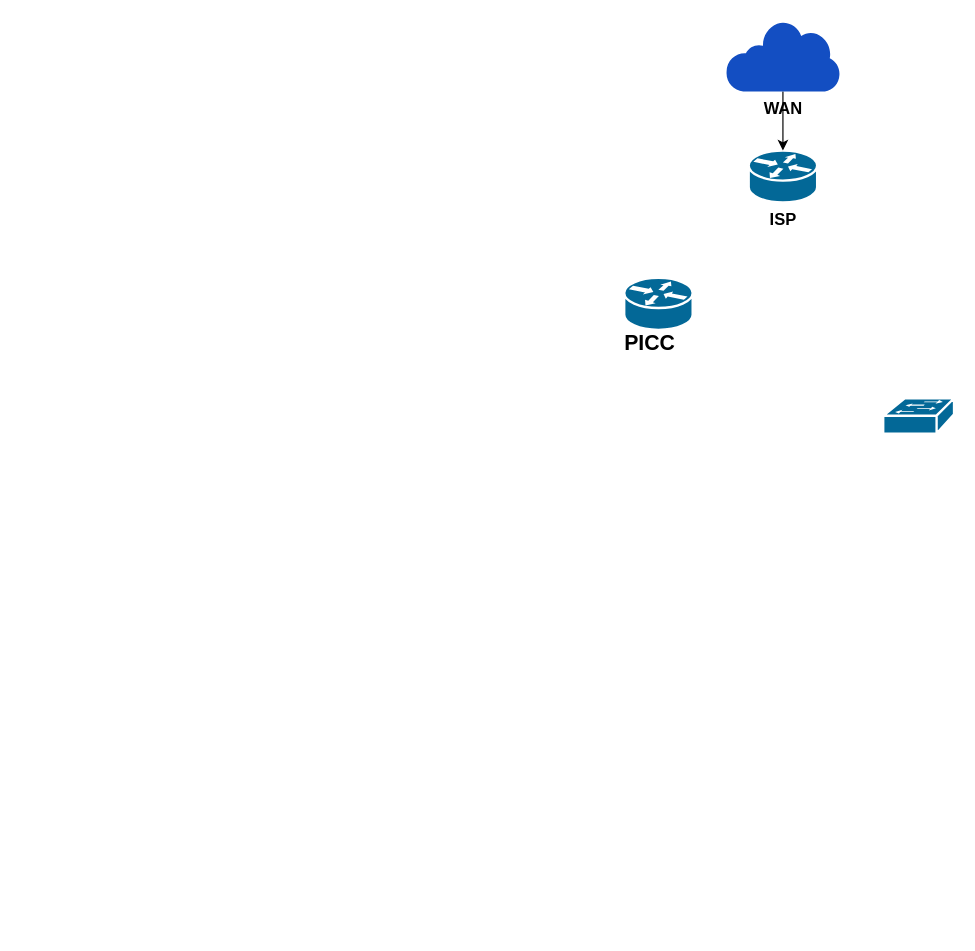
This is page "Page-11" (11 of 11) of Exercise1ClassDiagram.drawio from abby18abby/week-2-class-diagram, a draw.io file, before an edit. Source tidied: cells renumbered, new cells numbered last; positions are measured from the earlier drawing's top-left corner, leaving out a move shared by most shapes. Both pictures are drawn from the tidied source at 118%, with x=0, y=0 at pixel (603, 20).
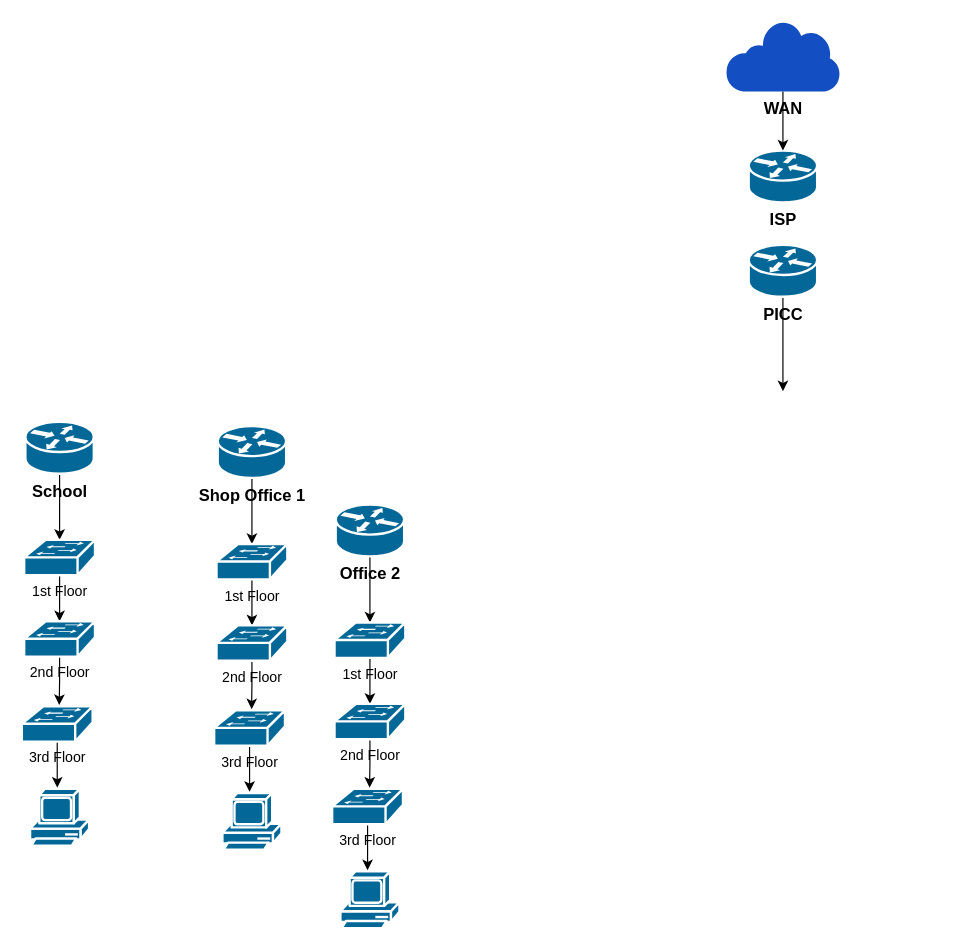
After the change.

Diff of the diagram source:
```diff
@@
-    <mxCell id="2" style="shape=mxgraph.cisco.routers.router;sketch=0;html=1;dashed=0;fillColor=#036897;strokeColor=#ffffff;strokeWidth=2;verticalLabelPosition=bottom;verticalAlign=top;align=center;" parent="1" vertex="1">
-      <mxGeometry x="17.5" y="218" width="58" height="44" as="geometry" />
-    </mxCell>
-    <mxCell id="3" value="&lt;b&gt;&lt;font style=&quot;font-size: 18px;&quot;&gt;PICC&lt;/font&gt;&lt;/b&gt;" style="text;html=1;strokeColor=none;fillColor=none;align=center;verticalAlign=middle;whiteSpace=wrap;rounded=0;" parent="1" vertex="1">
-      <mxGeometry y="259" width="79" height="30" as="geometry" />
-    </mxCell>
-    <mxCell id="4" style="shape=mxgraph.cisco.switches.workgroup_switch;sketch=0;html=1;dashed=0;fillColor=#036897;strokeColor=#ffffff;strokeWidth=2;verticalLabelPosition=bottom;verticalAlign=top;align=center;" parent="1" vertex="1">
-      <mxGeometry x="237" y="320" width="60" height="30" as="geometry" />
-    </mxCell>
@@
+    <mxCell id="8" style="edgeStyle=orthogonalEdgeStyle;rounded=0;jettySize=auto;html=1;" parent="1" edge="1" source="3">
+      <mxGeometry relative="1" as="geometry">
+        <mxPoint x="152" y="314" as="targetPoint" />
+      </mxGeometry>
+    </mxCell>
+    <mxCell id="3" value="&lt;span style=&quot;font-size: 14px;&quot;&gt;&lt;b&gt;PICC&lt;/b&gt;&lt;/span&gt;" style="shape=mxgraph.cisco.routers.router;sketch=0;html=1;dashed=0;fillColor=#036897;strokeColor=#ffffff;strokeWidth=2;verticalLabelPosition=bottom;verticalAlign=top;align=center;outlineConnect=0;" parent="1" vertex="1">
+      <mxGeometry x="123" y="190" width="58" height="44" as="geometry" />
+    </mxCell>
+    <mxCell id="9" style="edgeStyle=orthogonalEdgeStyle;rounded=0;jettySize=auto;html=1;exitX=0.5;exitY=1;exitDx=0;exitDy=0;exitPerimeter=0;entryX=0.5;entryY=0;entryDx=0;entryDy=0;entryPerimeter=0;" parent="1" edge="1" source="10" target="12">
+      <mxGeometry relative="1" as="geometry" />
+    </mxCell>
+    <mxCell id="10" value="&lt;span style=&quot;font-size: 14px;&quot;&gt;&lt;b&gt;School&lt;/b&gt;&lt;/span&gt;" style="shape=mxgraph.cisco.routers.router;sketch=0;html=1;dashed=0;fillColor=#036897;strokeColor=#ffffff;strokeWidth=2;verticalLabelPosition=bottom;verticalAlign=top;align=center;outlineConnect=0;" parent="1" vertex="1">
+      <mxGeometry x="-490" y="340" width="58" height="44" as="geometry" />
+    </mxCell>
+    <mxCell id="11" style="edgeStyle=orthogonalEdgeStyle;rounded=0;jettySize=auto;html=1;exitX=0.5;exitY=0.98;exitDx=0;exitDy=0;exitPerimeter=0;" parent="1" edge="1" source="12" target="15">
+      <mxGeometry relative="1" as="geometry" />
+    </mxCell>
+    <mxCell id="12" value="&lt;font style=&quot;font-size: 12px;&quot;&gt;1st Floor&lt;/font&gt;" style="shape=mxgraph.cisco.switches.workgroup_switch;sketch=0;html=1;dashed=0;fillColor=#036897;strokeColor=#ffffff;strokeWidth=2;verticalLabelPosition=bottom;verticalAlign=top;align=center;outlineConnect=0;" parent="1" vertex="1">
+      <mxGeometry x="-491" y="440" width="60" height="30" as="geometry" />
+    </mxCell>
+    <mxCell id="13" style="shape=mxgraph.cisco.computers_and_peripherals.pc;sketch=0;html=1;dashed=0;fillColor=#036897;strokeColor=#ffffff;strokeWidth=2;verticalLabelPosition=bottom;verticalAlign=top;align=center;" parent="1" vertex="1">
+      <mxGeometry x="-486" y="651" width="50" height="50" as="geometry" />
+    </mxCell>
+    <mxCell id="14" style="edgeStyle=orthogonalEdgeStyle;rounded=0;jettySize=auto;html=1;exitX=0.5;exitY=0.98;exitDx=0;exitDy=0;exitPerimeter=0;" parent="1" edge="1" source="15">
+      <mxGeometry relative="1" as="geometry">
+        <mxPoint x="-461.3" y="580" as="targetPoint" />
+      </mxGeometry>
+    </mxCell>
+    <mxCell id="15" value="&lt;font style=&quot;font-size: 12px;&quot;&gt;2nd Floor&lt;/font&gt;" style="shape=mxgraph.cisco.switches.workgroup_switch;sketch=0;html=1;dashed=0;fillColor=#036897;strokeColor=#ffffff;strokeWidth=2;verticalLabelPosition=bottom;verticalAlign=top;align=center;outlineConnect=0;" parent="1" vertex="1">
+      <mxGeometry x="-491" y="509" width="60" height="30" as="geometry" />
+    </mxCell>
+    <mxCell id="16" style="edgeStyle=orthogonalEdgeStyle;rounded=0;jettySize=auto;html=1;exitX=0.5;exitY=0.98;exitDx=0;exitDy=0;exitPerimeter=0;" parent="1" edge="1" source="17">
+      <mxGeometry relative="1" as="geometry">
+        <mxPoint x="-463" y="650" as="targetPoint" />
+      </mxGeometry>
+    </mxCell>
+    <mxCell id="17" value="3rd Floor" style="shape=mxgraph.cisco.switches.workgroup_switch;sketch=0;html=1;dashed=0;fillColor=#036897;strokeColor=#ffffff;strokeWidth=2;verticalLabelPosition=bottom;verticalAlign=top;align=center;outlineConnect=0;" parent="1" vertex="1">
+      <mxGeometry x="-493" y="581" width="60" height="30" as="geometry" />
+    </mxCell>
+    <mxCell id="18" style="edgeStyle=orthogonalEdgeStyle;rounded=0;jettySize=auto;html=1;exitX=0.5;exitY=1;exitDx=0;exitDy=0;exitPerimeter=0;entryX=0.5;entryY=0;entryDx=0;entryDy=0;entryPerimeter=0;" parent="1" edge="1" source="19" target="21">
+      <mxGeometry relative="1" as="geometry" />
+    </mxCell>
+    <mxCell id="19" value="&lt;span style=&quot;font-size: 14px;&quot;&gt;&lt;b&gt;Shop Office 1&lt;/b&gt;&lt;/span&gt;" style="shape=mxgraph.cisco.routers.router;sketch=0;html=1;dashed=0;fillColor=#036897;strokeColor=#ffffff;strokeWidth=2;verticalLabelPosition=bottom;verticalAlign=top;align=center;outlineConnect=0;" parent="1" vertex="1">
+      <mxGeometry x="-327" y="343.5" width="58" height="44" as="geometry" />
+    </mxCell>
+    <mxCell id="20" style="edgeStyle=orthogonalEdgeStyle;rounded=0;jettySize=auto;html=1;exitX=0.5;exitY=0.98;exitDx=0;exitDy=0;exitPerimeter=0;" parent="1" edge="1" source="21" target="24">
+      <mxGeometry relative="1" as="geometry" />
+    </mxCell>
+    <mxCell id="21" value="&lt;font style=&quot;font-size: 12px;&quot;&gt;1st Floor&lt;/font&gt;" style="shape=mxgraph.cisco.switches.workgroup_switch;sketch=0;html=1;dashed=0;fillColor=#036897;strokeColor=#ffffff;strokeWidth=2;verticalLabelPosition=bottom;verticalAlign=top;align=center;outlineConnect=0;" parent="1" vertex="1">
+      <mxGeometry x="-328" y="443.5" width="60" height="30" as="geometry" />
+    </mxCell>
+    <mxCell id="22" style="shape=mxgraph.cisco.computers_and_peripherals.pc;sketch=0;html=1;dashed=0;fillColor=#036897;strokeColor=#ffffff;strokeWidth=2;verticalLabelPosition=bottom;verticalAlign=top;align=center;" parent="1" vertex="1">
+      <mxGeometry x="-323" y="654.5" width="50" height="50" as="geometry" />
+    </mxCell>
+    <mxCell id="23" style="edgeStyle=orthogonalEdgeStyle;rounded=0;jettySize=auto;html=1;exitX=0.5;exitY=0.98;exitDx=0;exitDy=0;exitPerimeter=0;" parent="1" edge="1" source="24">
+      <mxGeometry relative="1" as="geometry">
+        <mxPoint x="-298.3" y="583.5" as="targetPoint" />
+      </mxGeometry>
+    </mxCell>
+    <mxCell id="24" value="&lt;font style=&quot;font-size: 12px;&quot;&gt;2nd Floor&lt;/font&gt;" style="shape=mxgraph.cisco.switches.workgroup_switch;sketch=0;html=1;dashed=0;fillColor=#036897;strokeColor=#ffffff;strokeWidth=2;verticalLabelPosition=bottom;verticalAlign=top;align=center;outlineConnect=0;" parent="1" vertex="1">
+      <mxGeometry x="-328" y="512.5" width="60" height="30" as="geometry" />
+    </mxCell>
+    <mxCell id="25" style="edgeStyle=orthogonalEdgeStyle;rounded=0;jettySize=auto;html=1;exitX=0.5;exitY=0.98;exitDx=0;exitDy=0;exitPerimeter=0;" parent="1" edge="1" source="26">
+      <mxGeometry relative="1" as="geometry">
+        <mxPoint x="-300" y="653.5" as="targetPoint" />
+      </mxGeometry>
+    </mxCell>
+    <mxCell id="26" value="3rd Floor" style="shape=mxgraph.cisco.switches.workgroup_switch;sketch=0;html=1;dashed=0;fillColor=#036897;strokeColor=#ffffff;strokeWidth=2;verticalLabelPosition=bottom;verticalAlign=top;align=center;outlineConnect=0;" parent="1" vertex="1">
+      <mxGeometry x="-330" y="584.5" width="60" height="30" as="geometry" />
+    </mxCell>
+    <mxCell id="27" style="edgeStyle=orthogonalEdgeStyle;rounded=0;jettySize=auto;html=1;exitX=0.5;exitY=1;exitDx=0;exitDy=0;exitPerimeter=0;entryX=0.5;entryY=0;entryDx=0;entryDy=0;entryPerimeter=0;" parent="1" edge="1" source="28" target="30">
+      <mxGeometry relative="1" as="geometry" />
+    </mxCell>
+    <mxCell id="28" value="&lt;span style=&quot;font-size: 14px;&quot;&gt;&lt;b&gt;Office 2&lt;/b&gt;&lt;/span&gt;" style="shape=mxgraph.cisco.routers.router;sketch=0;html=1;dashed=0;fillColor=#036897;strokeColor=#ffffff;strokeWidth=2;verticalLabelPosition=bottom;verticalAlign=top;align=center;outlineConnect=0;" parent="1" vertex="1">
+      <mxGeometry x="-227" y="410" width="58" height="44" as="geometry" />
+    </mxCell>
+    <mxCell id="29" style="edgeStyle=orthogonalEdgeStyle;rounded=0;jettySize=auto;html=1;exitX=0.5;exitY=0.98;exitDx=0;exitDy=0;exitPerimeter=0;" parent="1" edge="1" source="30" target="33">
+      <mxGeometry relative="1" as="geometry" />
+    </mxCell>
+    <mxCell id="30" value="&lt;font style=&quot;font-size: 12px;&quot;&gt;1st Floor&lt;/font&gt;" style="shape=mxgraph.cisco.switches.workgroup_switch;sketch=0;html=1;dashed=0;fillColor=#036897;strokeColor=#ffffff;strokeWidth=2;verticalLabelPosition=bottom;verticalAlign=top;align=center;outlineConnect=0;" parent="1" vertex="1">
+      <mxGeometry x="-228" y="510" width="60" height="30" as="geometry" />
+    </mxCell>
+    <mxCell id="31" style="shape=mxgraph.cisco.computers_and_peripherals.pc;sketch=0;html=1;dashed=0;fillColor=#036897;strokeColor=#ffffff;strokeWidth=2;verticalLabelPosition=bottom;verticalAlign=top;align=center;" parent="1" vertex="1">
+      <mxGeometry x="-223" y="721" width="50" height="50" as="geometry" />
+    </mxCell>
+    <mxCell id="32" style="edgeStyle=orthogonalEdgeStyle;rounded=0;jettySize=auto;html=1;exitX=0.5;exitY=0.98;exitDx=0;exitDy=0;exitPerimeter=0;" parent="1" edge="1" source="33">
+      <mxGeometry relative="1" as="geometry">
+        <mxPoint x="-198.3" y="650" as="targetPoint" />
+      </mxGeometry>
+    </mxCell>
+    <mxCell id="33" value="&lt;font style=&quot;font-size: 12px;&quot;&gt;2nd Floor&lt;/font&gt;" style="shape=mxgraph.cisco.switches.workgroup_switch;sketch=0;html=1;dashed=0;fillColor=#036897;strokeColor=#ffffff;strokeWidth=2;verticalLabelPosition=bottom;verticalAlign=top;align=center;outlineConnect=0;" parent="1" vertex="1">
+      <mxGeometry x="-228" y="579" width="60" height="30" as="geometry" />
+    </mxCell>
+    <mxCell id="34" style="edgeStyle=orthogonalEdgeStyle;rounded=0;jettySize=auto;html=1;exitX=0.5;exitY=0.98;exitDx=0;exitDy=0;exitPerimeter=0;" parent="1" edge="1" source="35">
+      <mxGeometry relative="1" as="geometry">
+        <mxPoint x="-200" y="720" as="targetPoint" />
+      </mxGeometry>
+    </mxCell>
+    <mxCell id="35" value="3rd Floor" style="shape=mxgraph.cisco.switches.workgroup_switch;sketch=0;html=1;dashed=0;fillColor=#036897;strokeColor=#ffffff;strokeWidth=2;verticalLabelPosition=bottom;verticalAlign=top;align=center;outlineConnect=0;" parent="1" vertex="1">
+      <mxGeometry x="-230" y="651" width="60" height="30" as="geometry" />
+    </mxCell>
```
